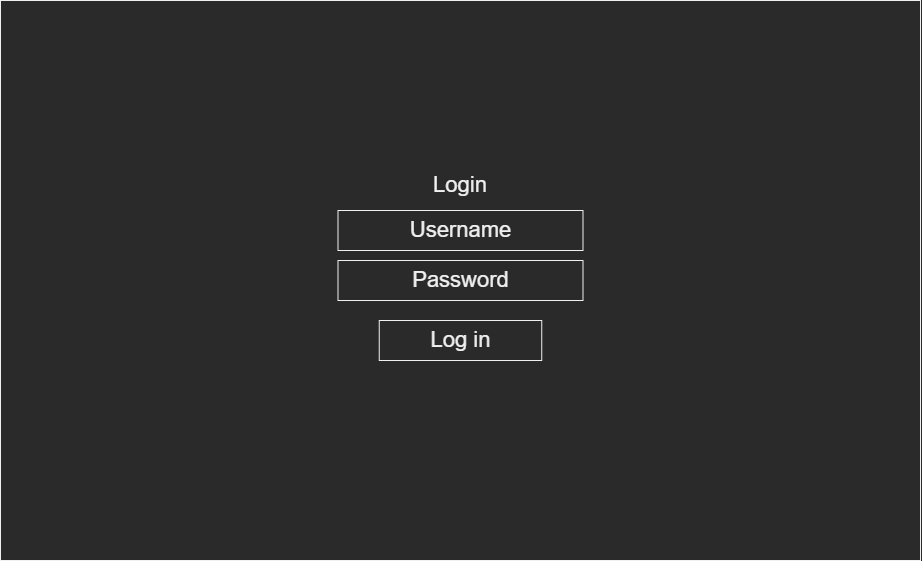
This is Documents/assets/wireframes/LogInWireframe.drawio.png from ViktorGox/ProjectClientOnBoardGitProject, a draw.io export, as it was before one commit. Source tidied: cells renumbered, new cells last; positions are measured from the earlier drawing's top-left corner, leaving out a move shared by most shapes.
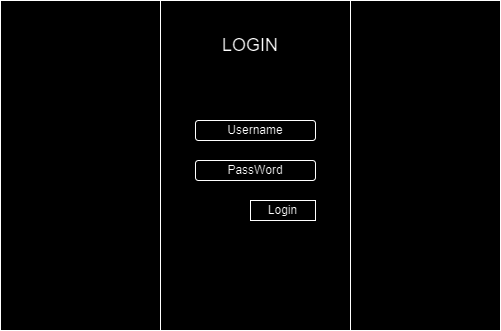
The same file after the commit.

Diff of the diagram source:
```diff
@@ -2,20 +2,23 @@
   <root>
     <mxCell id="0" />
     <mxCell id="1" parent="0" />
-    <mxCell id="2" style="rounded=0;whiteSpace=wrap;html=1;" parent="1" vertex="1">
-      <mxGeometry width="920" height="560" as="geometry" />
-    </mxCell>
+    <mxCell id="7" style="rounded=0;whiteSpace=wrap;html=1;" parent="1" vertex="1">
+      <mxGeometry x="-130" y="-260" width="500" height="330" as="geometry" />
+    </mxCell>
+    <mxCell id="8" style="rounded=0;whiteSpace=wrap;html=1;" parent="1" vertex="1">
+      <mxGeometry x="30" y="-260" width="190" height="330" as="geometry" />
+    </mxCell>
+    <mxCell id="9" value="&lt;font style=&quot;font-size: 18px;&quot;&gt;LOGIN&lt;/font&gt;" style="text;html=1;strokeColor=none;fillColor=none;align=center;verticalAlign=middle;whiteSpace=wrap;rounded=0;" parent="1" vertex="1">
+      <mxGeometry x="90" y="-230" width="60" height="30" as="geometry" />
+    </mxCell>
+    <mxCell id="4" value="Username" style="rounded=1;whiteSpace=wrap;html=1;" parent="1" vertex="1">
+      <mxGeometry x="65" y="-140" width="120" height="20" as="geometry" />
+    </mxCell>
+    <mxCell id="10" value="PassWord" style="rounded=1;whiteSpace=wrap;html=1;" parent="1" vertex="1">
+      <mxGeometry x="65" y="-100" width="120" height="20" as="geometry" />
+    </mxCell>
-    <mxCell id="3" value="&lt;font style=&quot;font-size: 22px;&quot;&gt;Login&lt;/font&gt;" style="text;html=1;strokeColor=none;fillColor=none;align=center;verticalAlign=middle;whiteSpace=wrap;rounded=0;" parent="1" vertex="1">
-      <mxGeometry x="430" y="170" width="60" height="30" as="geometry" />
+    <mxCell id="3" value="Login" style="rounded=0;whiteSpace=wrap;html=1;" parent="1" vertex="1">
+      <mxGeometry x="120" y="-60" width="65" height="20" as="geometry" />
     </mxCell>
-    <mxCell id="4" value="Username" style="rounded=0;whiteSpace=wrap;html=1;fontSize=22;" parent="1" vertex="1">
-      <mxGeometry x="337.5" y="210" width="245" height="40" as="geometry" />
-    </mxCell>
-    <mxCell id="5" value="Password" style="rounded=0;whiteSpace=wrap;html=1;fontSize=22;" parent="1" vertex="1">
-      <mxGeometry x="337.5" y="260" width="245" height="40" as="geometry" />
-    </mxCell>
-    <mxCell id="6" value="Log in" style="rounded=0;whiteSpace=wrap;html=1;fontSize=22;" parent="1" vertex="1">
-      <mxGeometry x="378.8" y="320" width="162.5" height="40" as="geometry" />
-    </mxCell>
   </root>
 </mxGraphModel>
```
